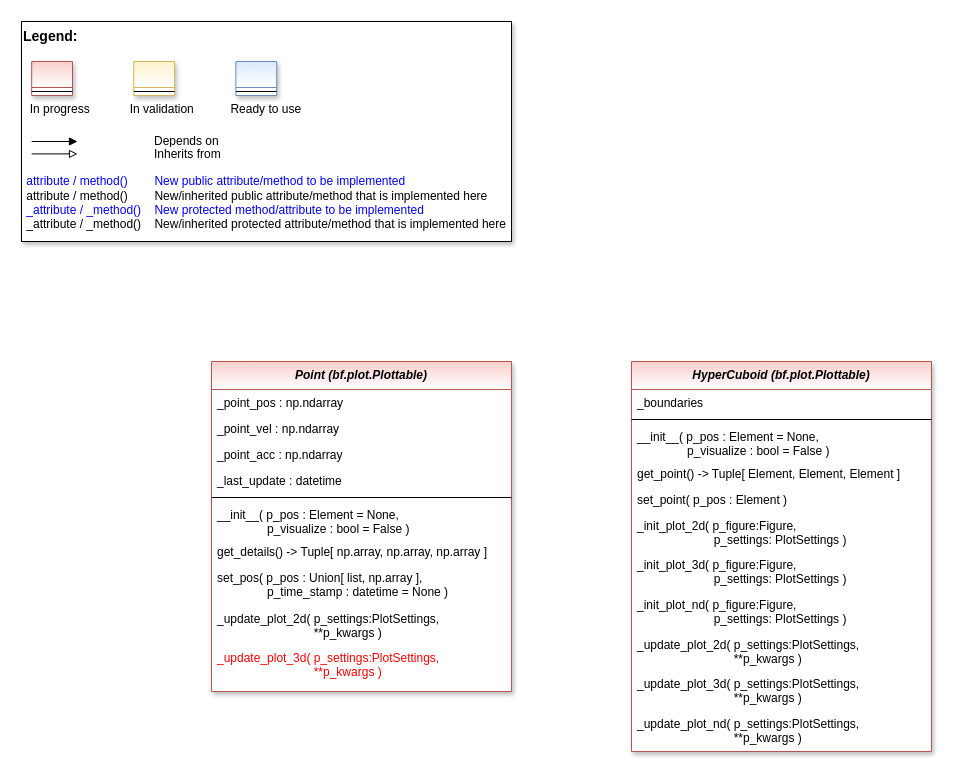
The draw.io diagram doc/rtd/content/04_appendices/appendix2/sub/core/mlpro_bf/layer2_mathematics/images/MLPro-BF-Math-Geometry_class_diagram.drawio in fhswf/MLPro, before the edit. Source tidied: cells renumbered, new cells numbered last; positions are measured from the earlier drawing's top-left corner, leaving out a move shared by most shapes. Both pictures are drawn from the tidied source at 100%, with x=0, y=0 at pixel (21, 21).
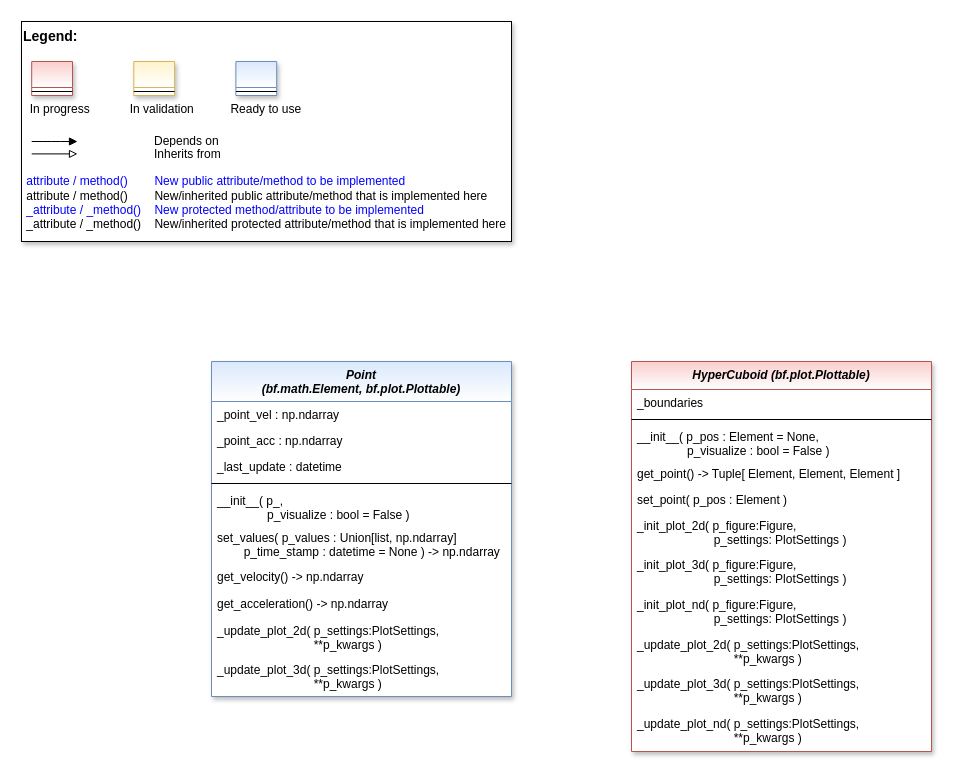
The same diagram, later.

Commit message (it also covers changes not shown here):
BF-MATH: New sub-topic for geometric objects #739

Change to the diagram source:
```diff
@@
-    <mxCell id="12" value="Point (bf.plot.Plottable)" style="swimlane;fontStyle=3;align=center;verticalAlign=top;horizontal=1;startSize=28;rounded=0;shadow=1;strokeWidth=1;fillColor=#f8cecc;strokeColor=#b85450;swimlaneFillColor=#ffffff;gradientColor=#ffffff;" parent="1" vertex="1">
-      <mxGeometry x="190" y="340" width="300" height="330" as="geometry" />
+    <mxCell id="12" value="Point &#10;(bf.math.Element, bf.plot.Plottable)" style="swimlane;fontStyle=3;align=center;verticalAlign=top;horizontal=1;startSize=40;rounded=0;shadow=1;strokeWidth=1;fillColor=#dae8fc;strokeColor=#6c8ebf;swimlaneFillColor=#ffffff;gradientColor=#FFFFFF;" parent="1" vertex="1">
+      <mxGeometry x="190" y="340" width="300" height="335" as="geometry" />
     </mxCell>
-    <mxCell id="13" value="_point_pos : np.ndarray" style="text;align=left;verticalAlign=top;spacingLeft=4;spacingRight=4;overflow=hidden;" parent="12" vertex="1">
-      <mxGeometry y="28" width="300" height="26" as="geometry" />
-    </mxCell>
     <mxCell id="14" value="_point_vel : np.ndarray" style="text;align=left;verticalAlign=top;spacingLeft=4;spacingRight=4;overflow=hidden;" parent="12" vertex="1">
-      <mxGeometry y="54" width="300" height="26" as="geometry" />
+      <mxGeometry y="40" width="300" height="26" as="geometry" />
     </mxCell>
     <mxCell id="15" value="_point_acc : np.ndarray" style="text;align=left;verticalAlign=top;spacingLeft=4;spacingRight=4;overflow=hidden;" parent="12" vertex="1">
-      <mxGeometry y="80" width="300" height="26" as="geometry" />
+      <mxGeometry y="66" width="300" height="26" as="geometry" />
     </mxCell>
     <mxCell id="16" value="_last_update : datetime" style="text;align=left;verticalAlign=top;spacingLeft=4;spacingRight=4;overflow=hidden;" parent="12" vertex="1">
-      <mxGeometry y="106" width="300" height="26" as="geometry" />
+      <mxGeometry y="92" width="300" height="26" as="geometry" />
     </mxCell>
     <mxCell id="17" style="line;html=1;strokeWidth=1;align=left;verticalAlign=middle;spacingTop=-1;spacingLeft=3;spacingRight=3;labelPosition=right;" parent="12" vertex="1">
-      <mxGeometry y="132" width="300" height="8" as="geometry" />
+      <mxGeometry y="118" width="300" height="8" as="geometry" />
     </mxCell>
-    <mxCell id="18" value="__init__( p_pos : Element = None,&#10;               p_visualize : bool = False )" style="text;align=left;verticalAlign=top;spacingLeft=4;spacingRight=4;overflow=hidden;fontColor=default;" parent="12" vertex="1">
-      <mxGeometry y="140" width="300" height="37" as="geometry" />
+    <mxCell id="18" value="__init__( p_,&#10;               p_visualize : bool = False )" style="text;align=left;verticalAlign=top;spacingLeft=4;spacingRight=4;overflow=hidden;fontColor=default;" parent="12" vertex="1">
+      <mxGeometry y="126" width="300" height="37" as="geometry" />
     </mxCell>
-    <mxCell id="19" value="get_details() -&gt; Tuple[ np.array, np.array, np.array ]" style="text;align=left;verticalAlign=top;spacingLeft=4;spacingRight=4;overflow=hidden;" parent="12" vertex="1">
-      <mxGeometry y="177" width="300" height="26" as="geometry" />
+    <mxCell id="19" value="set_values( p_values : Union[list, np.ndarray]&#10;        p_time_stamp : datetime = None ) -&gt; np.ndarray" style="text;align=left;verticalAlign=top;spacingLeft=4;spacingRight=4;overflow=hidden;" parent="12" vertex="1">
+      <mxGeometry y="163" width="300" height="39" as="geometry" />
     </mxCell>
-    <mxCell id="20" value="set_pos( p_pos : Union[ list, np.array ], &#10;               p_time_stamp : datetime = None )" style="text;align=left;verticalAlign=top;spacingLeft=4;spacingRight=4;overflow=hidden;" parent="12" vertex="1">
-      <mxGeometry y="203" width="300" height="41" as="geometry" />
+    <mxCell id="20" value="get_velocity() -&gt; np.ndarray" style="text;align=left;verticalAlign=top;spacingLeft=4;spacingRight=4;overflow=hidden;" parent="12" vertex="1">
+      <mxGeometry y="202" width="300" height="27" as="geometry" />
     </mxCell>
+    <mxCell id="35" value="get_acceleration() -&gt; np.ndarray" style="text;align=left;verticalAlign=top;spacingLeft=4;spacingRight=4;overflow=hidden;" parent="12" vertex="1">
+      <mxGeometry y="229" width="300" height="27" as="geometry" />
+    </mxCell>
     <mxCell id="21" value="_update_plot_2d( p_settings:PlotSettings,&#10;                             **p_kwargs )" style="text;align=left;verticalAlign=top;spacingLeft=4;spacingRight=4;overflow=hidden;fontColor=default;" parent="12" vertex="1">
-      <mxGeometry y="244" width="300" height="39" as="geometry" />
+      <mxGeometry y="256" width="300" height="39" as="geometry" />
     </mxCell>
-    <mxCell id="22" value="_update_plot_3d( p_settings:PlotSettings,&#10;                             **p_kwargs )" style="text;align=left;verticalAlign=top;spacingLeft=4;spacingRight=4;overflow=hidden;fontColor=#FF0000;" parent="12" vertex="1">
-      <mxGeometry y="283" width="300" height="40" as="geometry" />
+    <mxCell id="22" value="_update_plot_3d( p_settings:PlotSettings,&#10;                             **p_kwargs )" style="text;align=left;verticalAlign=top;spacingLeft=4;spacingRight=4;overflow=hidden;fontColor=default;" parent="12" vertex="1">
+      <mxGeometry y="295" width="300" height="40" as="geometry" />
     </mxCell>
```
